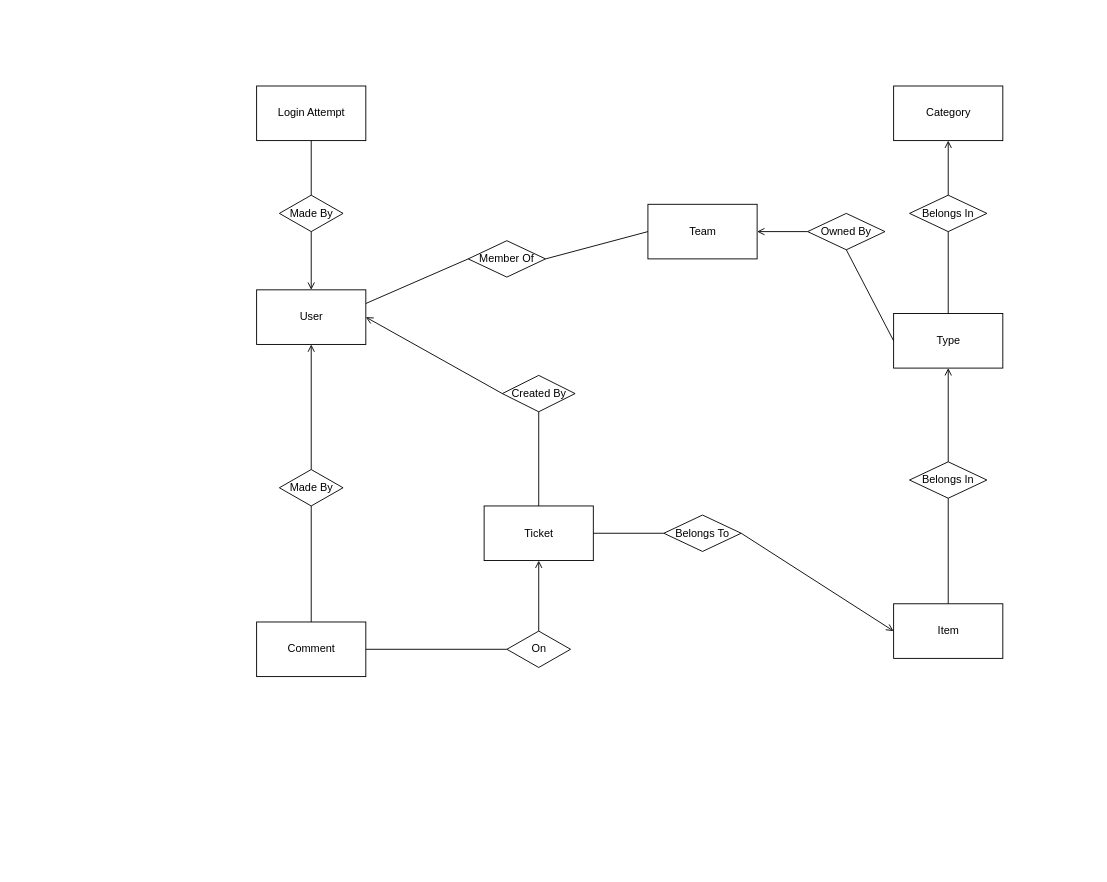
Earlier version of the draw.io diagram docs/ER Diagram/ER Diagram Draft.drawio (CS157-26/CS157-26). Source tidied: cells renumbered, new cells numbered last; positions are measured from the earlier drawing's top-left corner, leaving out a move shared by most shapes. Both pictures are drawn from the tidied source at 91%, with x=0, y=0 at pixel (256, 86).
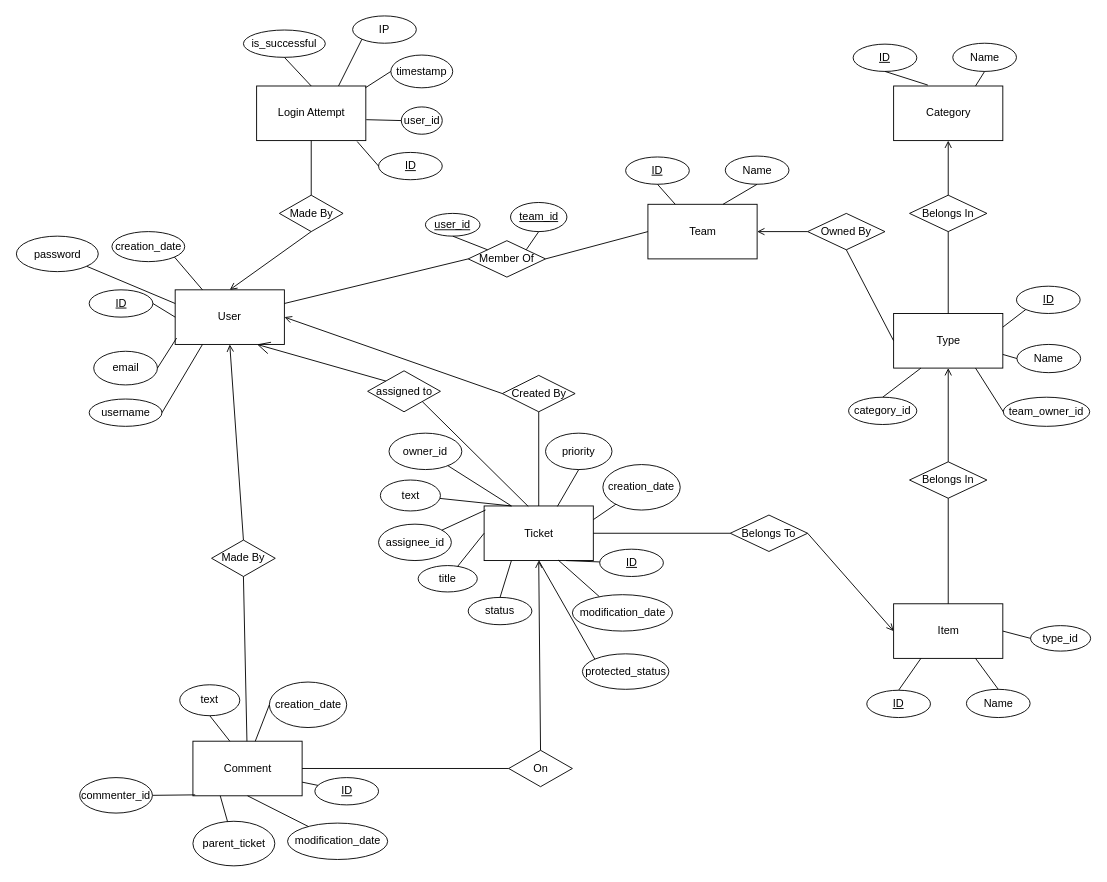
After the change.

The change refers to these unchanged cells:
```xml
<mxCell id="4" value="Team" style="rounded=0;whiteSpace=wrap;html=1;" parent="1" vertex="1">
  <mxGeometry x="430.5" y="130" width="120" height="60" as="geometry" />
</mxCell>
<mxCell id="5" value="Category" style="rounded=0;whiteSpace=wrap;html=1;" parent="1" vertex="1">
  <mxGeometry x="700.5" width="120" height="60" as="geometry" />
</mxCell>
<mxCell id="6" value="Ticket" style="rounded=0;whiteSpace=wrap;html=1;" parent="1" vertex="1">
  <mxGeometry x="250.5" y="461.5" width="120" height="60" as="geometry" />
</mxCell>
<mxCell id="7" value="Type" style="rounded=0;whiteSpace=wrap;html=1;" parent="1" vertex="1">
  <mxGeometry x="700.5" y="250" width="120" height="60" as="geometry" />
</mxCell>
<mxCell id="8" value="Item" style="rounded=0;whiteSpace=wrap;html=1;" parent="1" vertex="1">
  <mxGeometry x="700.5" y="569" width="120" height="60" as="geometry" />
</mxCell>
<mxCell id="11" value="Login Attempt" style="rounded=0;whiteSpace=wrap;html=1;" parent="1" vertex="1">
  <mxGeometry x="0.5" width="120" height="60" as="geometry" />
</mxCell>
<mxCell id="21" value="Member Of" style="rhombus;whiteSpace=wrap;html=1;" parent="1" vertex="1">
  <mxGeometry x="233" y="170" width="85" height="40" as="geometry" />
</mxCell>
```

The edit, as a diff of the source:
```diff
@@
     <mxCell id="2" value="On" style="rhombus;whiteSpace=wrap;html=1;" parent="1" vertex="1">
-      <mxGeometry x="275.5" y="599" width="70" height="40" as="geometry" />
+      <mxGeometry x="277.5" y="730" width="70" height="40" as="geometry" />
     </mxCell>
     <mxCell id="3" value="User" style="rounded=0;whiteSpace=wrap;html=1;" parent="1" vertex="1">
-      <mxGeometry x="0.5" y="224" width="120" height="60" as="geometry" />
+      <mxGeometry x="-89" y="224" width="120" height="60" as="geometry" />
     </mxCell>
@@
     <mxCell id="9" value="Comment" style="rounded=0;whiteSpace=wrap;html=1;" parent="1" vertex="1">
-      <mxGeometry x="0.5" y="589" width="120" height="60" as="geometry" />
+      <mxGeometry x="-69.5" y="720" width="120" height="60" as="geometry" />
     </mxCell>
     <mxCell id="10" value="Made By" style="rhombus;whiteSpace=wrap;html=1;" parent="1" vertex="1">
-      <mxGeometry x="25.5" y="421.5" width="70" height="40" as="geometry" />
+      <mxGeometry x="-49" y="499" width="70" height="40" as="geometry" />
     </mxCell>
@@
     <mxCell id="34" value="Belongs To" style="rhombus;whiteSpace=wrap;html=1;" parent="1" vertex="1">
-      <mxGeometry x="448" y="471.5" width="85" height="40" as="geometry" />
+      <mxGeometry x="521" y="471.5" width="85" height="40" as="geometry" />
     </mxCell>
@@
+    <mxCell id="37" value="ID" style="ellipse;whiteSpace=wrap;html=1;fontStyle=4;" parent="1" vertex="1">
+      <mxGeometry x="406" y="78" width="70" height="30" as="geometry" />
+    </mxCell>
+    <mxCell id="38" value="Name" style="ellipse;whiteSpace=wrap;html=1;" parent="1" vertex="1">
+      <mxGeometry x="515.5" y="77" width="70" height="31" as="geometry" />
+    </mxCell>
+    <mxCell id="39" value="ID" style="ellipse;whiteSpace=wrap;html=1;fontStyle=4;" parent="1" vertex="1">
+      <mxGeometry x="656" y="-46" width="70" height="30" as="geometry" />
+    </mxCell>
+    <mxCell id="40" value="Name" style="ellipse;whiteSpace=wrap;html=1;" parent="1" vertex="1">
+      <mxGeometry x="765.5" y="-47" width="70" height="31" as="geometry" />
+    </mxCell>
+    <mxCell id="41" value="ID" style="ellipse;whiteSpace=wrap;html=1;fontStyle=4;" parent="1" vertex="1">
+      <mxGeometry x="835.5" y="220" width="70" height="30" as="geometry" />
+    </mxCell>
+    <mxCell id="42" value="Name" style="ellipse;whiteSpace=wrap;html=1;" parent="1" vertex="1">
+      <mxGeometry x="836" y="284" width="70" height="31" as="geometry" />
+    </mxCell>
+    <mxCell id="43" value="ID" style="ellipse;whiteSpace=wrap;html=1;fontStyle=4;" parent="1" vertex="1">
+      <mxGeometry x="671" y="664" width="70" height="30" as="geometry" />
+    </mxCell>
+    <mxCell id="44" value="Name" style="ellipse;whiteSpace=wrap;html=1;" parent="1" vertex="1">
+      <mxGeometry x="780.5" y="663" width="70" height="31" as="geometry" />
+    </mxCell>
+    <mxCell id="45" style="endArrow=none;html=1;entryX=0.5;entryY=1;entryDx=0;entryDy=0;exitX=0.25;exitY=0;exitDx=0;exitDy=0;" parent="1" edge="1" source="4" target="37">
+      <mxGeometry relative="1" as="geometry" />
+    </mxCell>
+    <mxCell id="46" style="endArrow=none;html=1;entryX=0.5;entryY=1;entryDx=0;entryDy=0;exitX=0.688;exitY=0;exitDx=0;exitDy=0;exitPerimeter=0;" parent="1" edge="1" source="4" target="38">
+      <mxGeometry relative="1" as="geometry" />
+    </mxCell>
+    <mxCell id="47" style="endArrow=none;html=1;exitX=0.75;exitY=0;exitDx=0;exitDy=0;entryX=0.5;entryY=1;entryDx=0;entryDy=0;" parent="1" edge="1" source="5" target="40">
+      <mxGeometry relative="1" as="geometry" />
+    </mxCell>
+    <mxCell id="48" style="endArrow=none;html=1;entryX=0.5;entryY=1;entryDx=0;entryDy=0;exitX=0.313;exitY=-0.017;exitDx=0;exitDy=0;exitPerimeter=0;" parent="1" edge="1" source="5" target="39">
+      <mxGeometry relative="1" as="geometry" />
+    </mxCell>
+    <mxCell id="49" style="endArrow=none;html=1;entryX=0;entryY=1;entryDx=0;entryDy=0;exitX=1;exitY=0.25;exitDx=0;exitDy=0;" parent="1" edge="1" source="7" target="41">
+      <mxGeometry relative="1" as="geometry" />
+    </mxCell>
+    <mxCell id="50" style="endArrow=none;html=1;entryX=0;entryY=0.5;entryDx=0;entryDy=0;exitX=1;exitY=0.75;exitDx=0;exitDy=0;" parent="1" edge="1" source="7" target="42">
+      <mxGeometry relative="1" as="geometry" />
+    </mxCell>
+    <mxCell id="51" style="endArrow=none;html=1;entryX=0.25;entryY=1;entryDx=0;entryDy=0;exitX=0.5;exitY=0;exitDx=0;exitDy=0;" parent="1" edge="1" source="43" target="8">
+      <mxGeometry relative="1" as="geometry" />
+    </mxCell>
+    <mxCell id="52" style="endArrow=none;html=1;exitX=0.75;exitY=1;exitDx=0;exitDy=0;entryX=0.5;entryY=0;entryDx=0;entryDy=0;" parent="1" edge="1" source="8" target="44">
+      <mxGeometry relative="1" as="geometry" />
+    </mxCell>
+    <mxCell id="53" value="user_id" style="ellipse;whiteSpace=wrap;html=1;fontStyle=4;" parent="1" vertex="1">
+      <mxGeometry x="186" y="140" width="60" height="25" as="geometry" />
+    </mxCell>
+    <mxCell id="54" value="team_id" style="ellipse;whiteSpace=wrap;html=1;fontStyle=4;" parent="1" vertex="1">
+      <mxGeometry x="279.5" y="128" width="62" height="32" as="geometry" />
+    </mxCell>
+    <mxCell id="55" style="endArrow=none;html=1;entryX=0.5;entryY=1;entryDx=0;entryDy=0;exitX=1;exitY=0;exitDx=0;exitDy=0;" parent="1" edge="1" source="21" target="54">
+      <mxGeometry relative="1" as="geometry" />
+    </mxCell>
+    <mxCell id="56" style="endArrow=none;html=1;entryX=0.5;entryY=1;entryDx=0;entryDy=0;exitX=0;exitY=0;exitDx=0;exitDy=0;" parent="1" edge="1" source="21" target="53">
+      <mxGeometry relative="1" as="geometry" />
+    </mxCell>
+    <mxCell id="57" value="IP" style="ellipse;whiteSpace=wrap;html=1;" parent="1" vertex="1">
+      <mxGeometry x="106" y="-77" width="70" height="30" as="geometry" />
+    </mxCell>
+    <mxCell id="58" value="timestamp" style="ellipse;whiteSpace=wrap;html=1;" parent="1" vertex="1">
+      <mxGeometry x="148" y="-34" width="68" height="36" as="geometry" />
+    </mxCell>
+    <mxCell id="59" value="user_id" style="ellipse;whiteSpace=wrap;html=1;" parent="1" vertex="1">
+      <mxGeometry x="159.5" y="23" width="45" height="30" as="geometry" />
+    </mxCell>
+    <mxCell id="60" value="is_successful" style="ellipse;whiteSpace=wrap;html=1;" parent="1" vertex="1">
+      <mxGeometry x="-14" y="-61.5" width="90" height="30" as="geometry" />
+    </mxCell>
+    <mxCell id="61" value="ID" style="ellipse;whiteSpace=wrap;html=1;fontStyle=4;" parent="1" vertex="1">
+      <mxGeometry x="134.5" y="73" width="70" height="30" as="geometry" />
+    </mxCell>
+    <mxCell id="62" style="endArrow=none;html=1;entryX=0.921;entryY=1.017;entryDx=0;entryDy=0;entryPerimeter=0;exitX=0;exitY=0.5;exitDx=0;exitDy=0;" parent="1" edge="1" source="61" target="11">
+      <mxGeometry relative="1" as="geometry" />
+    </mxCell>
+    <mxCell id="63" style="endArrow=none;html=1;entryX=1.004;entryY=0.617;entryDx=0;entryDy=0;entryPerimeter=0;exitX=0;exitY=0.5;exitDx=0;exitDy=0;" parent="1" edge="1" source="59" target="11">
+      <mxGeometry relative="1" as="geometry" />
+    </mxCell>
+    <mxCell id="64" style="endArrow=none;html=1;entryX=0.996;entryY=0.033;entryDx=0;entryDy=0;entryPerimeter=0;exitX=0;exitY=0.5;exitDx=0;exitDy=0;" parent="1" edge="1" source="58" target="11">
+      <mxGeometry relative="1" as="geometry" />
+    </mxCell>
+    <mxCell id="65" style="endArrow=none;html=1;entryX=0.75;entryY=0;entryDx=0;entryDy=0;exitX=0;exitY=1;exitDx=0;exitDy=0;" parent="1" edge="1" source="57" target="11">
+      <mxGeometry relative="1" as="geometry" />
+    </mxCell>
+    <mxCell id="66" style="endArrow=none;html=1;entryX=0.5;entryY=1;entryDx=0;entryDy=0;exitX=0.5;exitY=0;exitDx=0;exitDy=0;" parent="1" edge="1" source="11" target="60">
+      <mxGeometry relative="1" as="geometry" />
+    </mxCell>
+    <mxCell id="67" value="team_owner_id" style="ellipse;whiteSpace=wrap;html=1;" parent="1" vertex="1">
+      <mxGeometry x="821" y="342" width="95" height="32" as="geometry" />
+    </mxCell>
+    <mxCell id="68" style="endArrow=none;html=1;entryX=0.75;entryY=1;entryDx=0;entryDy=0;exitX=0;exitY=0.5;exitDx=0;exitDy=0;" parent="1" edge="1" source="67" target="7">
+      <mxGeometry relative="1" as="geometry" />
+    </mxCell>
+    <mxCell id="69" value="category_id" style="ellipse;whiteSpace=wrap;html=1;" parent="1" vertex="1">
+      <mxGeometry x="651" y="342" width="75" height="30" as="geometry" />
+    </mxCell>
+    <mxCell id="70" style="endArrow=none;html=1;entryX=0.25;entryY=1;entryDx=0;entryDy=0;exitX=0.5;exitY=0;exitDx=0;exitDy=0;" parent="1" edge="1" source="69" target="7">
+      <mxGeometry relative="1" as="geometry" />
+    </mxCell>
+    <mxCell id="71" value="type_id" style="ellipse;whiteSpace=wrap;html=1;" parent="1" vertex="1">
+      <mxGeometry x="851" y="593" width="66" height="28" as="geometry" />
+    </mxCell>
+    <mxCell id="72" style="endArrow=none;html=1;entryX=1;entryY=0.5;entryDx=0;entryDy=0;exitX=0;exitY=0.5;exitDx=0;exitDy=0;" parent="1" edge="1" source="71" target="8">
+      <mxGeometry relative="1" as="geometry" />
+    </mxCell>
+    <mxCell id="73" value="parent_ticket" style="ellipse;whiteSpace=wrap;html=1;" parent="1" vertex="1">
+      <mxGeometry x="-69.5" y="808" width="90" height="49" as="geometry" />
+    </mxCell>
+    <mxCell id="74" value="text" style="ellipse;whiteSpace=wrap;html=1;" parent="1" vertex="1">
+      <mxGeometry x="-84" y="658" width="66" height="34" as="geometry" />
+    </mxCell>
+    <mxCell id="75" value="creation_date" style="ellipse;whiteSpace=wrap;html=1;" parent="1" vertex="1">
+      <mxGeometry x="14.5" y="655" width="85" height="50" as="geometry" />
+    </mxCell>
+    <mxCell id="76" value="modification_date" style="ellipse;whiteSpace=wrap;html=1;" parent="1" vertex="1">
+      <mxGeometry x="34.5" y="810" width="110" height="40" as="geometry" />
+    </mxCell>
+    <mxCell id="77" value="ID" style="ellipse;whiteSpace=wrap;html=1;fontStyle=4;" parent="1" vertex="1">
+      <mxGeometry x="64.5" y="760" width="70" height="30" as="geometry" />
+    </mxCell>
+    <mxCell id="78" style="endArrow=none;html=1;entryX=0;entryY=0.5;entryDx=0;entryDy=0;exitX=0.571;exitY=0;exitDx=0;exitDy=0;exitPerimeter=0;" parent="1" edge="1" source="9" target="75">
+      <mxGeometry relative="1" as="geometry" />
+    </mxCell>
+    <mxCell id="79" style="endArrow=none;html=1;entryX=0.5;entryY=1;entryDx=0;entryDy=0;exitX=0.338;exitY=0;exitDx=0;exitDy=0;exitPerimeter=0;" parent="1" edge="1" source="9" target="74">
+      <mxGeometry relative="1" as="geometry" />
+    </mxCell>
+    <mxCell id="80" style="endArrow=none;html=1;entryX=0.25;entryY=1;entryDx=0;entryDy=0;" parent="1" edge="1" source="73" target="9">
+      <mxGeometry relative="1" as="geometry" />
+    </mxCell>
+    <mxCell id="81" style="endArrow=none;html=1;entryX=0.5;entryY=1;entryDx=0;entryDy=0;" parent="1" edge="1" source="76" target="9">
+      <mxGeometry relative="1" as="geometry" />
+    </mxCell>
+    <mxCell id="82" style="endArrow=none;html=1;entryX=1;entryY=0.75;entryDx=0;entryDy=0;" parent="1" edge="1" source="77" target="9">
+      <mxGeometry relative="1" as="geometry" />
+    </mxCell>
+    <mxCell id="83" value="text" style="ellipse;whiteSpace=wrap;html=1;" parent="1" vertex="1">
+      <mxGeometry x="136.5" y="433" width="66" height="34" as="geometry" />
+    </mxCell>
+    <mxCell id="84" value="creation_date" style="ellipse;whiteSpace=wrap;html=1;" parent="1" vertex="1">
+      <mxGeometry x="381" y="416" width="85" height="50" as="geometry" />
+    </mxCell>
+    <mxCell id="85" value="modification_date" style="ellipse;whiteSpace=wrap;html=1;" parent="1" vertex="1">
+      <mxGeometry x="347.5" y="559" width="110" height="40" as="geometry" />
+    </mxCell>
+    <mxCell id="86" value="ID" style="ellipse;whiteSpace=wrap;html=1;fontStyle=4;" parent="1" vertex="1">
+      <mxGeometry x="377.5" y="509" width="70" height="30" as="geometry" />
+    </mxCell>
+    <mxCell id="87" value="title" style="ellipse;whiteSpace=wrap;html=1;" parent="1" vertex="1">
+      <mxGeometry x="178" y="527" width="65" height="29" as="geometry" />
+    </mxCell>
+    <mxCell id="88" value="priority" style="ellipse;whiteSpace=wrap;html=1;" parent="1" vertex="1">
+      <mxGeometry x="318" y="381.5" width="73" height="40" as="geometry" />
+    </mxCell>
+    <mxCell id="89" style="endArrow=none;html=1;entryX=0;entryY=0.5;entryDx=0;entryDy=0;" parent="1" edge="1" source="87" target="6">
+      <mxGeometry relative="1" as="geometry" />
+    </mxCell>
+    <mxCell id="90" style="endArrow=none;html=1;entryX=0.25;entryY=0;entryDx=0;entryDy=0;" parent="1" edge="1" source="83" target="6">
+      <mxGeometry relative="1" as="geometry" />
+    </mxCell>
+    <mxCell id="91" style="endArrow=none;html=1;exitX=0.671;exitY=0.008;exitDx=0;exitDy=0;exitPerimeter=0;entryX=0.5;entryY=1;entryDx=0;entryDy=0;" parent="1" edge="1" source="6" target="88">
+      <mxGeometry relative="1" as="geometry" />
+    </mxCell>
+    <mxCell id="92" style="endArrow=none;html=1;entryX=1;entryY=0.25;entryDx=0;entryDy=0;" parent="1" edge="1" source="84" target="6">
+      <mxGeometry relative="1" as="geometry" />
+    </mxCell>
+    <mxCell id="93" style="endArrow=none;html=1;entryX=0.75;entryY=1;entryDx=0;entryDy=0;" parent="1" edge="1" source="86" target="6">
+      <mxGeometry relative="1" as="geometry" />
+    </mxCell>
+    <mxCell id="94" style="endArrow=none;html=1;exitX=0.679;exitY=0.992;exitDx=0;exitDy=0;exitPerimeter=0;entryX=0.268;entryY=0.05;entryDx=0;entryDy=0;entryPerimeter=0;" parent="1" edge="1" source="6" target="85">
+      <mxGeometry relative="1" as="geometry" />
+    </mxCell>
+    <mxCell id="95" value="status" style="ellipse;whiteSpace=wrap;html=1;" parent="1" vertex="1">
+      <mxGeometry x="233" y="562" width="70" height="30" as="geometry" />
+    </mxCell>
+    <mxCell id="96" style="endArrow=none;html=1;entryX=0.5;entryY=0;entryDx=0;entryDy=0;exitX=0.25;exitY=1;exitDx=0;exitDy=0;" parent="1" edge="1" source="6" target="95">
+      <mxGeometry relative="1" as="geometry" />
+    </mxCell>
+    <mxCell id="97" style="endArrow=none;html=1;entryX=0.021;entryY=0.983;entryDx=0;entryDy=0;entryPerimeter=0;exitX=1;exitY=0.5;exitDx=0;exitDy=0;" parent="1" edge="1" source="98" target="9">
+      <mxGeometry relative="1" as="geometry" />
+    </mxCell>
+    <mxCell id="98" value="commenter_id" style="ellipse;whiteSpace=wrap;html=1;" parent="1" vertex="1">
+      <mxGeometry x="-194" y="760" width="80" height="39" as="geometry" />
+    </mxCell>
+    <mxCell id="99" value="owner_id" style="ellipse;whiteSpace=wrap;html=1;" parent="1" vertex="1">
+      <mxGeometry x="146" y="381.5" width="80" height="40" as="geometry" />
+    </mxCell>
+    <mxCell id="100" value="assignee_id" style="ellipse;whiteSpace=wrap;html=1;" parent="1" vertex="1">
+      <mxGeometry x="134.5" y="481.5" width="80" height="40" as="geometry" />
+    </mxCell>
+    <mxCell id="101" style="endArrow=none;html=1;entryX=0.013;entryY=0.075;entryDx=0;entryDy=0;entryPerimeter=0;" parent="1" edge="1" source="100" target="6">
+      <mxGeometry relative="1" as="geometry" />
+    </mxCell>
+    <mxCell id="102" style="endArrow=none;html=1;entryX=0.25;entryY=0;entryDx=0;entryDy=0;" parent="1" edge="1" source="99" target="6">
+      <mxGeometry relative="1" as="geometry" />
+    </mxCell>
+    <mxCell id="103" value="assigned to" style="rhombus;whiteSpace=wrap;html=1;" parent="1" vertex="1">
+      <mxGeometry x="122.5" y="313" width="80" height="45" as="geometry" />
+    </mxCell>
+    <mxCell id="104" style="endArrow=none;html=1;entryX=0.404;entryY=0.008;entryDx=0;entryDy=0;entryPerimeter=0;exitX=1;exitY=1;exitDx=0;exitDy=0;" parent="1" edge="1" source="103" target="6">
+      <mxGeometry relative="1" as="geometry" />
+    </mxCell>
+    <mxCell id="105" style="endArrow=open;endFill=1;endSize=12;html=1;exitX=0;exitY=0;exitDx=0;exitDy=0;entryX=0.75;entryY=1;entryDx=0;entryDy=0;" parent="1" edge="1" source="103" target="3">
+      <mxGeometry relative="1" as="geometry" />
+    </mxCell>
+    <mxCell id="106" value="password" style="ellipse;whiteSpace=wrap;html=1;" parent="1" vertex="1">
+      <mxGeometry x="-263.5" y="165" width="90" height="39" as="geometry" />
+    </mxCell>
+    <mxCell id="107" value="username" style="ellipse;whiteSpace=wrap;html=1;" parent="1" vertex="1">
+      <mxGeometry x="-183.5" y="344" width="80" height="30" as="geometry" />
+    </mxCell>
+    <mxCell id="108" value="email" style="ellipse;whiteSpace=wrap;html=1;" parent="1" vertex="1">
+      <mxGeometry x="-178.5" y="291.5" width="70" height="37" as="geometry" />
+    </mxCell>
+    <mxCell id="109" value="creation_date" style="ellipse;whiteSpace=wrap;html=1;" parent="1" vertex="1">
+      <mxGeometry x="-158.5" y="160" width="80" height="33" as="geometry" />
+    </mxCell>
+    <mxCell id="110" value="ID" style="ellipse;whiteSpace=wrap;html=1;fontStyle=4;" parent="1" vertex="1">
+      <mxGeometry x="-183.5" y="224" width="70" height="30" as="geometry" />
+    </mxCell>
+    <mxCell id="111" style="endArrow=none;html=1;entryX=1;entryY=1;entryDx=0;entryDy=0;exitX=0.25;exitY=0;exitDx=0;exitDy=0;" parent="1" edge="1" source="3" target="109">
+      <mxGeometry relative="1" as="geometry" />
+    </mxCell>
+    <mxCell id="112" style="endArrow=none;html=1;entryX=1;entryY=1;entryDx=0;entryDy=0;exitX=0;exitY=0.25;exitDx=0;exitDy=0;" parent="1" edge="1" source="3" target="106">
+      <mxGeometry relative="1" as="geometry" />
+    </mxCell>
+    <mxCell id="113" style="endArrow=none;html=1;entryX=1;entryY=0.5;entryDx=0;entryDy=0;exitX=0;exitY=0.5;exitDx=0;exitDy=0;" parent="1" edge="1" source="3" target="110">
+      <mxGeometry relative="1" as="geometry" />
+    </mxCell>
+    <mxCell id="114" style="endArrow=none;html=1;entryX=1;entryY=0.5;entryDx=0;entryDy=0;exitX=0.013;exitY=0.883;exitDx=0;exitDy=0;exitPerimeter=0;" parent="1" edge="1" source="3" target="108">
+      <mxGeometry relative="1" as="geometry" />
+    </mxCell>
+    <mxCell id="115" style="endArrow=none;html=1;entryX=1;entryY=0.5;entryDx=0;entryDy=0;exitX=0.25;exitY=1;exitDx=0;exitDy=0;" parent="1" edge="1" source="3" target="107">
+      <mxGeometry relative="1" as="geometry" />
+    </mxCell>
+    <mxCell id="116" value="protected_status" style="ellipse;whiteSpace=wrap;html=1;" parent="1" vertex="1">
+      <mxGeometry x="358.5" y="624" width="95" height="39" as="geometry" />
+    </mxCell>
+    <mxCell id="117" style="endArrow=none;html=1;entryX=0;entryY=0;entryDx=0;entryDy=0;exitX=0.5;exitY=1;exitDx=0;exitDy=0;" parent="1" edge="1" source="6" target="116">
+      <mxGeometry relative="1" as="geometry" />
+    </mxCell>
```
